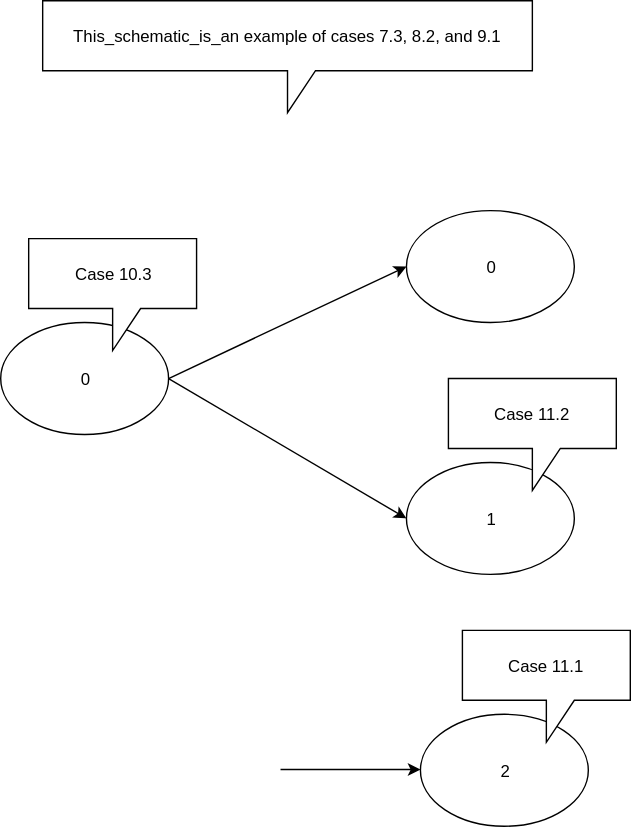
Above: svg/js-compiler/test_diagrams/tee.svg in bmfbp/bmfbp (draw.io), before the change. Source tidied: cells renumbered, new cells last; positions are measured from the earlier drawing's top-left corner, leaving out a move shared by most shapes.
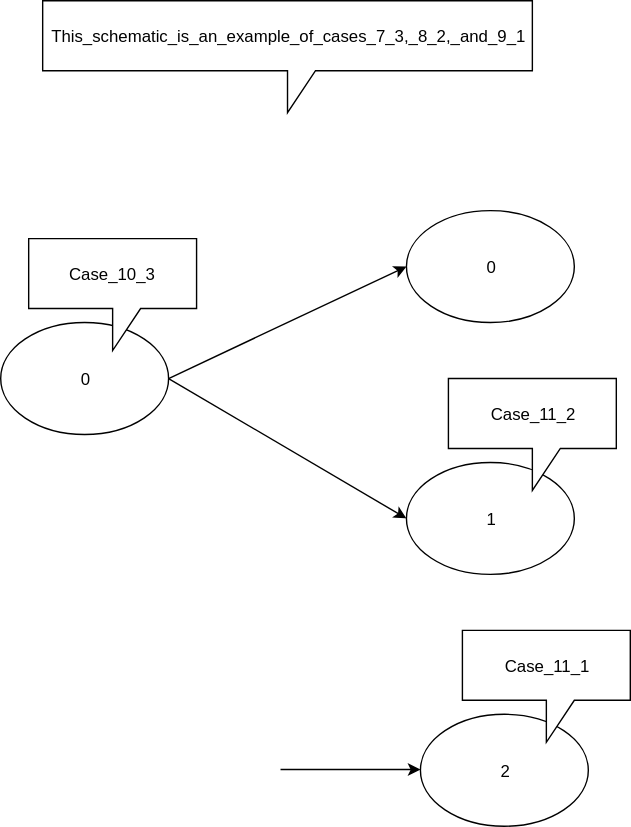
The same file after the commit.

Commit message:
test strings for alphanumeric or underscore (only) (at this time)

Change to the diagram source:
```diff
@@ -11,7 +11,7 @@
     <mxCell id="4" value="1" style="ellipse;whiteSpace=wrap;html=1;" parent="1" vertex="1">
       <mxGeometry x="290" y="330" width="120" height="80" as="geometry" />
     </mxCell>
-    <mxCell id="5" value="This_schematic_is_an example of cases 7.3, 8.2, and 9.1" style="shape=callout;whiteSpace=wrap;html=1;perimeter=calloutPerimeter;" parent="1" vertex="1">
+    <mxCell id="5" value="This_schematic_is_an_example_of_cases_7_3,_8_2,_and_9_1" style="shape=callout;whiteSpace=wrap;html=1;perimeter=calloutPerimeter;" parent="1" vertex="1">
       <mxGeometry x="30" width="350" height="80" as="geometry" />
     </mxCell>
     <mxCell id="6" style="endArrow=classic;html=1;exitX=1;exitY=0.5;exitDx=0;exitDy=0;entryX=0;entryY=0.5;entryDx=0;entryDy=0;" parent="1" edge="1" source="2" target="3">
@@ -29,13 +29,13 @@
         <mxPoint x="300" y="549.5" as="targetPoint" />
       </mxGeometry>
     </mxCell>
-    <mxCell id="10" value="Case 10.3" style="shape=callout;whiteSpace=wrap;html=1;perimeter=calloutPerimeter;" parent="1" vertex="1">
+    <mxCell id="10" value="Case_10_3" style="shape=callout;whiteSpace=wrap;html=1;perimeter=calloutPerimeter;" parent="1" vertex="1">
       <mxGeometry x="20" y="170" width="120" height="80" as="geometry" />
     </mxCell>
-    <mxCell id="11" value="Case 11.1" style="shape=callout;whiteSpace=wrap;html=1;perimeter=calloutPerimeter;" parent="1" vertex="1">
+    <mxCell id="11" value="Case_11_1" style="shape=callout;whiteSpace=wrap;html=1;perimeter=calloutPerimeter;" parent="1" vertex="1">
       <mxGeometry x="330" y="450" width="120" height="80" as="geometry" />
     </mxCell>
-    <mxCell id="12" value="Case 11.2" style="shape=callout;whiteSpace=wrap;html=1;perimeter=calloutPerimeter;" parent="1" vertex="1">
+    <mxCell id="12" value="Case_11_2" style="shape=callout;whiteSpace=wrap;html=1;perimeter=calloutPerimeter;" parent="1" vertex="1">
       <mxGeometry x="320" y="270" width="120" height="80" as="geometry" />
     </mxCell>
   </root>
```
